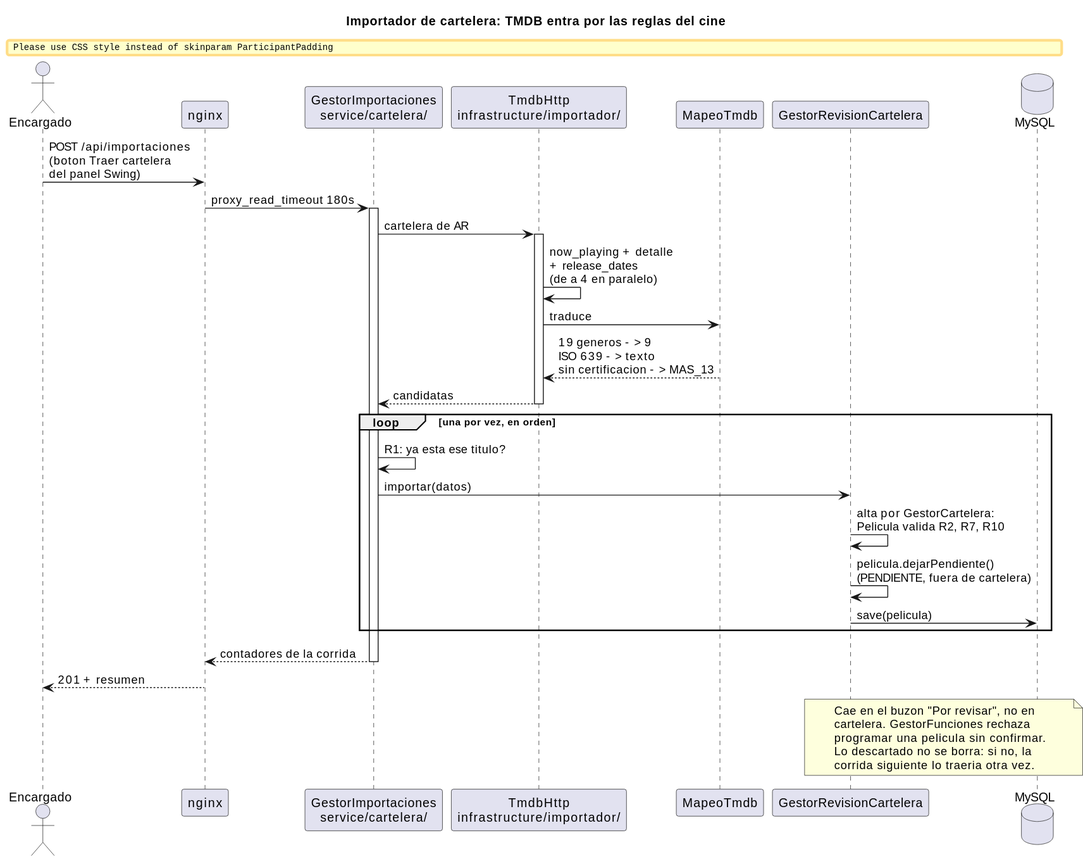
Above: _other/docs/diagramas/importador-flujo.svg in andreiveisuade/cine-uade (PlantUML), before the change.
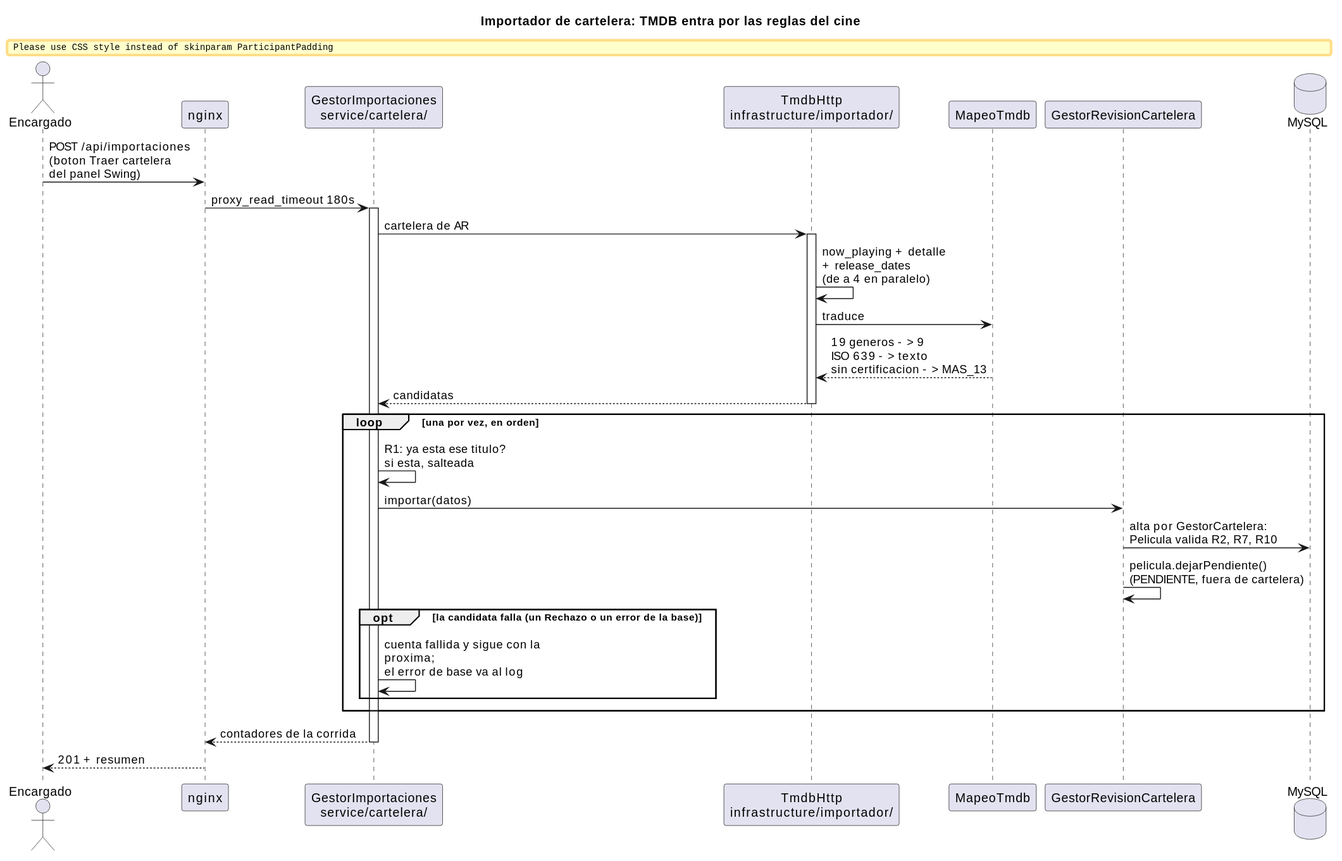
After the commit.

The edit, as a diff of the source:
```diff
@@ -26,22 +26,16 @@
 deactivate TM
 
 loop una por vez, en orden
-  GI -> GI : R1: ya esta ese titulo?
+  GI -> GI : R1: ya esta ese titulo?\nsi esta, salteada
   GI -> GR : importar(datos)
-  GR -> GR : alta por GestorCartelera:\nPelicula valida R2, R7, R10
+  GR -> DB : alta por GestorCartelera:\nPelicula valida R2, R7, R10
   GR -> GR : pelicula.dejarPendiente()\n(PENDIENTE, fuera de cartelera)
-  GR -> DB : save(pelicula)
+  opt la candidata falla (un Rechazo o un error de la base)
+    GI -> GI : cuenta fallida y sigue con la proxima;\nel error de base va al log
+  end
 end
 
 GI --> NG : contadores de la corrida
 deactivate GI
 NG --> E : 201 + resumen
-
-note over GR, DB
-  Cae en el buzon "Por revisar", no en
-  cartelera. GestorFunciones rechaza
-  programar una pelicula sin confirmar.
-  Lo descartado no se borra: si no, la
-  corrida siguiente lo traeria otra vez.
-end note
 @enduml
```
